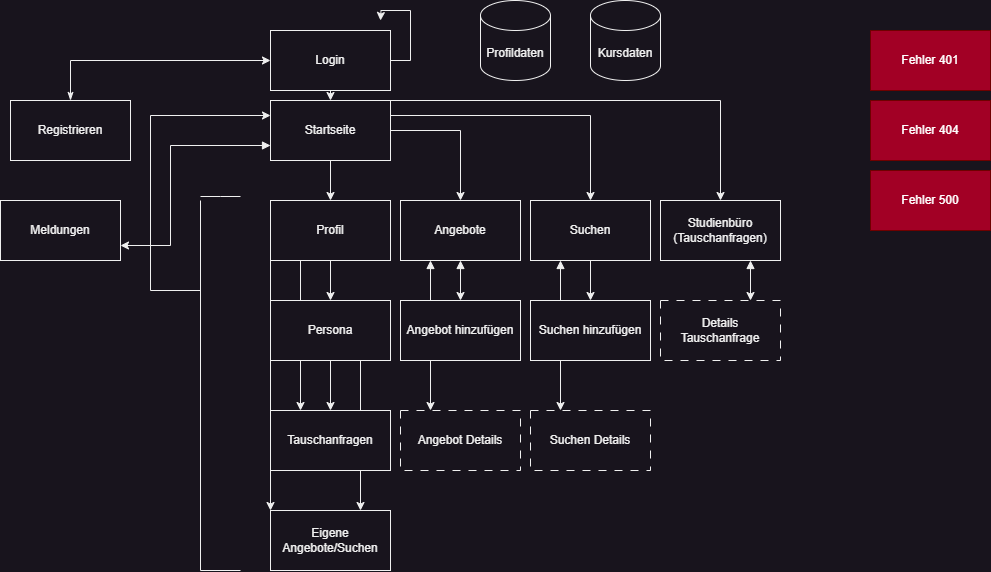
Before: Notes/Seitenstruktur Tauschtool.png, a diagram exported from draw.io (FynnKlette/Project-FSWD). Source tidied: cells renumbered, new cells last; positions are measured from the earlier drawing's top-left corner, leaving out a move shared by most shapes.
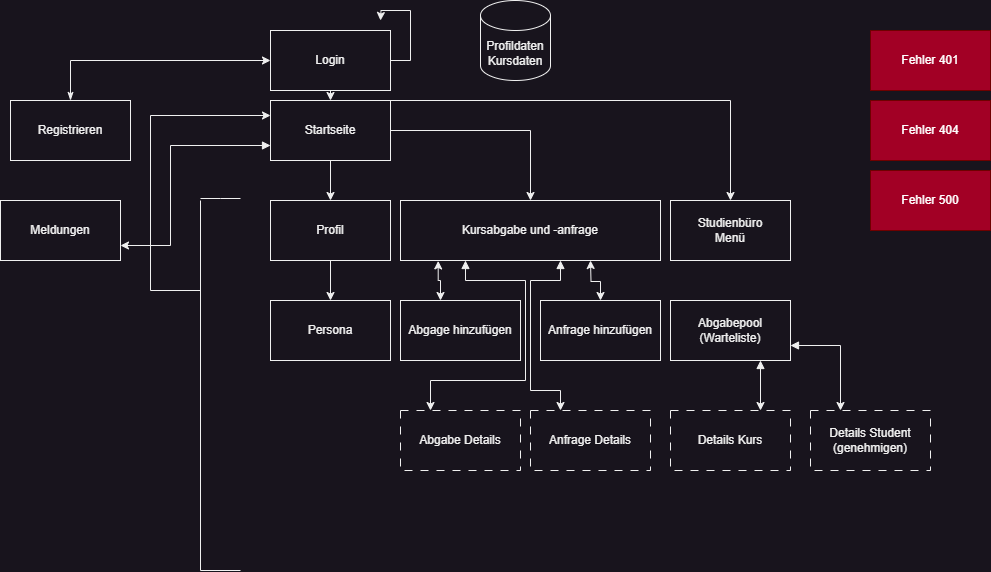
The same diagram one commit later.

Change to the diagram source:
```diff
@@ -16,13 +16,10 @@
     <mxCell id="5" style="edgeStyle=orthogonalEdgeStyle;rounded=0;jettySize=auto;html=1;" parent="1" edge="1" source="10" target="19">
       <mxGeometry relative="1" as="geometry" />
     </mxCell>
-    <mxCell id="6" style="edgeStyle=orthogonalEdgeStyle;rounded=0;jettySize=auto;html=1;exitX=1;exitY=0.25;exitDx=0;exitDy=0;" parent="1" edge="1" source="10" target="22">
-      <mxGeometry relative="1" as="geometry" />
-    </mxCell>
     <mxCell id="7" style="edgeStyle=orthogonalEdgeStyle;rounded=0;jettySize=auto;html=1;exitX=1;exitY=0;exitDx=0;exitDy=0;entryX=0.5;entryY=0;entryDx=0;entryDy=0;" parent="1" edge="1" source="10" target="24">
       <mxGeometry relative="1" as="geometry">
         <Array as="points">
-          <mxPoint x="720" y="100" />
+          <mxPoint x="730" y="100" />
         </Array>
       </mxGeometry>
     </mxCell>
@@ -49,54 +46,55 @@
     <mxCell id="13" style="edgeStyle=orthogonalEdgeStyle;rounded=0;jettySize=auto;html=1;exitX=0.5;exitY=1;exitDx=0;exitDy=0;entryX=0.5;entryY=0;entryDx=0;entryDy=0;" parent="1" edge="1" source="16" target="27">
       <mxGeometry relative="1" as="geometry" />
     </mxCell>
-    <mxCell id="14" style="edgeStyle=orthogonalEdgeStyle;rounded=0;jettySize=auto;html=1;exitX=0.25;exitY=1;exitDx=0;exitDy=0;entryX=0.25;entryY=0;entryDx=0;entryDy=0;" parent="1" edge="1" source="16" target="28">
-      <mxGeometry relative="1" as="geometry" />
-    </mxCell>
-    <mxCell id="15" style="edgeStyle=orthogonalEdgeStyle;rounded=0;jettySize=auto;html=1;exitX=0;exitY=1;exitDx=0;exitDy=0;entryX=0;entryY=0;entryDx=0;entryDy=0;" parent="1" edge="1" source="16" target="29">
-      <mxGeometry relative="1" as="geometry" />
-    </mxCell>
     <mxCell id="16" value="Profil" style="rounded=0;whiteSpace=wrap;html=1;" parent="1" vertex="1">
       <mxGeometry x="270" y="200" width="120" height="60" as="geometry" />
     </mxCell>
-    <mxCell id="17" style="edgeStyle=orthogonalEdgeStyle;rounded=0;jettySize=auto;html=1;exitX=0.5;exitY=1;exitDx=0;exitDy=0;startArrow=block;startFill=1;" parent="1" edge="1" source="19" target="33">
-      <mxGeometry relative="1" as="geometry" />
+    <mxCell id="17" style="edgeStyle=orthogonalEdgeStyle;rounded=0;jettySize=auto;html=1;exitX=0.145;exitY=1.007;exitDx=0;exitDy=0;startArrow=classic;startFill=1;exitPerimeter=0;" parent="1" edge="1" source="19" target="33">
+      <mxGeometry relative="1" as="geometry">
+        <Array as="points">
+          <mxPoint x="438" y="280" />
+          <mxPoint x="440" y="280" />
+        </Array>
+      </mxGeometry>
     </mxCell>
     <mxCell id="18" style="edgeStyle=orthogonalEdgeStyle;rounded=0;jettySize=auto;html=1;exitX=0.25;exitY=1;exitDx=0;exitDy=0;entryX=0.25;entryY=0;entryDx=0;entryDy=0;startArrow=block;startFill=1;" parent="1" edge="1" source="19" target="35">
-      <mxGeometry relative="1" as="geometry" />
+      <mxGeometry relative="1" as="geometry">
+        <Array as="points">
+          <mxPoint x="465" y="280" />
+          <mxPoint x="525" y="280" />
+          <mxPoint x="525" y="380" />
+          <mxPoint x="430" y="380" />
+        </Array>
+      </mxGeometry>
     </mxCell>
-    <mxCell id="19" value="Angebote" style="rounded=0;whiteSpace=wrap;html=1;" parent="1" vertex="1">
-      <mxGeometry x="400" y="200" width="120" height="60" as="geometry" />
+    <mxCell id="19" value="Kursabgabe und -anfrage" style="rounded=0;whiteSpace=wrap;html=1;" parent="1" vertex="1">
+      <mxGeometry x="400" y="200" width="260" height="60" as="geometry" />
     </mxCell>
-    <mxCell id="20" style="edgeStyle=orthogonalEdgeStyle;rounded=0;jettySize=auto;html=1;exitX=0.5;exitY=1;exitDx=0;exitDy=0;entryX=0.5;entryY=0;entryDx=0;entryDy=0;" parent="1" edge="1" source="22" target="34">
-      <mxGeometry relative="1" as="geometry" />
+    <mxCell id="20" style="edgeStyle=orthogonalEdgeStyle;rounded=0;jettySize=auto;html=1;exitX=0.5;exitY=1;exitDx=0;exitDy=0;entryX=0.5;entryY=0;entryDx=0;entryDy=0;startArrow=classic;startFill=1;" parent="1" edge="1" target="34">
+      <mxGeometry relative="1" as="geometry">
+        <mxPoint x="590" y="260" as="sourcePoint" />
+      </mxGeometry>
     </mxCell>
-    <mxCell id="21" style="edgeStyle=orthogonalEdgeStyle;rounded=0;jettySize=auto;html=1;exitX=0.25;exitY=1;exitDx=0;exitDy=0;entryX=0.25;entryY=0;entryDx=0;entryDy=0;startArrow=block;startFill=1;" parent="1" edge="1" source="22" target="36">
-      <mxGeometry relative="1" as="geometry" />
+    <mxCell id="21" style="edgeStyle=orthogonalEdgeStyle;rounded=0;jettySize=auto;html=1;exitX=0.25;exitY=1;exitDx=0;exitDy=0;entryX=0.25;entryY=0;entryDx=0;entryDy=0;startArrow=block;startFill=1;" parent="1" edge="1" target="36">
+      <mxGeometry relative="1" as="geometry">
+        <mxPoint x="560" y="260" as="sourcePoint" />
+        <Array as="points">
+          <mxPoint x="560" y="280" />
+          <mxPoint x="530" y="280" />
+          <mxPoint x="530" y="390" />
+          <mxPoint x="560" y="390" />
+        </Array>
+      </mxGeometry>
     </mxCell>
-    <mxCell id="22" value="Suchen" style="rounded=0;whiteSpace=wrap;html=1;" parent="1" vertex="1">
-      <mxGeometry x="530" y="200" width="120" height="60" as="geometry" />
-    </mxCell>
-    <mxCell id="23" style="edgeStyle=orthogonalEdgeStyle;rounded=0;jettySize=auto;html=1;exitX=0.75;exitY=1;exitDx=0;exitDy=0;entryX=0.75;entryY=0;entryDx=0;entryDy=0;startArrow=block;startFill=1;" parent="1" edge="1" source="24" target="41">
+    <mxCell id="23" style="edgeStyle=orthogonalEdgeStyle;rounded=0;jettySize=auto;html=1;exitX=0.75;exitY=1;exitDx=0;exitDy=0;entryX=0.75;entryY=0;entryDx=0;entryDy=0;startArrow=block;startFill=1;" parent="1" edge="1" source="45" target="41">
       <mxGeometry relative="1" as="geometry" />
     </mxCell>
-    <mxCell id="24" value="Studienbüro&lt;br&gt;(Tauschanfragen)" style="rounded=0;whiteSpace=wrap;html=1;" parent="1" vertex="1">
-      <mxGeometry x="660" y="200" width="120" height="60" as="geometry" />
+    <mxCell id="24" value="Studienbüro&lt;br&gt;Menü" style="rounded=0;whiteSpace=wrap;html=1;" parent="1" vertex="1">
+      <mxGeometry x="670" y="200" width="120" height="60" as="geometry" />
     </mxCell>
-    <mxCell id="25" style="edgeStyle=orthogonalEdgeStyle;rounded=0;jettySize=auto;html=1;exitX=0.5;exitY=1;exitDx=0;exitDy=0;" parent="1" edge="1" source="27" target="28">
-      <mxGeometry relative="1" as="geometry" />
-    </mxCell>
-    <mxCell id="26" style="edgeStyle=orthogonalEdgeStyle;rounded=0;jettySize=auto;html=1;exitX=0.75;exitY=1;exitDx=0;exitDy=0;entryX=0.75;entryY=0;entryDx=0;entryDy=0;" parent="1" edge="1" source="27" target="29">
-      <mxGeometry relative="1" as="geometry" />
-    </mxCell>
     <mxCell id="27" value="Persona" style="rounded=0;whiteSpace=wrap;html=1;" parent="1" vertex="1">
       <mxGeometry x="270" y="300" width="120" height="60" as="geometry" />
     </mxCell>
-    <mxCell id="28" value="Tauschanfragen" style="rounded=0;whiteSpace=wrap;html=1;" parent="1" vertex="1">
-      <mxGeometry x="270" y="410" width="120" height="60" as="geometry" />
-    </mxCell>
-    <mxCell id="29" value="Eigene Angebote/Suchen" style="rounded=0;whiteSpace=wrap;html=1;" parent="1" vertex="1">
-      <mxGeometry x="270" y="510" width="120" height="60" as="geometry" />
-    </mxCell>
     <mxCell id="30" value="Fehler 401" style="rounded=0;whiteSpace=wrap;html=1;fillColor=#a20025;fontColor=#ffffff;strokeColor=#6F0000;" parent="1" vertex="1">
       <mxGeometry x="870" y="30" width="120" height="60" as="geometry" />
     </mxCell>
@@ -106,16 +104,16 @@
     <mxCell id="32" value="Fehler 500" style="rounded=0;whiteSpace=wrap;html=1;fillColor=#a20025;fontColor=#ffffff;strokeColor=#6F0000;" parent="1" vertex="1">
       <mxGeometry x="870" y="170" width="120" height="60" as="geometry" />
     </mxCell>
-    <mxCell id="33" value="Angebot hinzufügen" style="rounded=0;whiteSpace=wrap;html=1;" parent="1" vertex="1">
+    <mxCell id="33" value="Abgage hinzufügen" style="rounded=0;whiteSpace=wrap;html=1;" parent="1" vertex="1">
       <mxGeometry x="400" y="300" width="120" height="60" as="geometry" />
     </mxCell>
-    <mxCell id="34" value="Suchen hinzufügen" style="rounded=0;whiteSpace=wrap;html=1;" parent="1" vertex="1">
-      <mxGeometry x="530" y="300" width="120" height="60" as="geometry" />
+    <mxCell id="34" value="Anfrage hinzufügen" style="rounded=0;whiteSpace=wrap;html=1;" parent="1" vertex="1">
+      <mxGeometry x="540" y="300" width="120" height="60" as="geometry" />
     </mxCell>
-    <mxCell id="35" value="Angebot Details" style="rounded=0;whiteSpace=wrap;html=1;dashed=1;dashPattern=8 8;" parent="1" vertex="1">
+    <mxCell id="35" value="Abgabe Details" style="rounded=0;whiteSpace=wrap;html=1;dashed=1;dashPattern=8 8;" parent="1" vertex="1">
       <mxGeometry x="400" y="410" width="120" height="60" as="geometry" />
     </mxCell>
-    <mxCell id="36" value="Suchen Details" style="rounded=0;whiteSpace=wrap;html=1;dashed=1;dashPattern=8 8;" parent="1" vertex="1">
+    <mxCell id="36" value="Anfrage Details" style="rounded=0;whiteSpace=wrap;html=1;dashed=1;dashPattern=8 8;" parent="1" vertex="1">
       <mxGeometry x="530" y="410" width="120" height="60" as="geometry" />
     </mxCell>
     <mxCell id="37" style="endArrow=none;html=1;rounded=0;" parent="1" edge="1">
@@ -132,10 +130,10 @@
     </mxCell>
     <mxCell id="39" style="endArrow=none;html=1;rounded=0;" parent="1" edge="1">
       <mxGeometry relative="1" as="geometry">
-        <mxPoint x="200" y="196" as="sourcePoint" />
-        <mxPoint x="240" y="196" as="targetPoint" />
+        <mxPoint x="200" y="198" as="sourcePoint" />
+        <mxPoint x="240" y="198" as="targetPoint" />
         <Array as="points">
-          <mxPoint x="220" y="196" />
+          <mxPoint x="220" y="198" />
         </Array>
       </mxGeometry>
     </mxCell>
@@ -148,17 +146,23 @@
         </Array>
       </mxGeometry>
     </mxCell>
-    <mxCell id="41" value="Details Tauschanfrage" style="rounded=0;whiteSpace=wrap;html=1;dashed=1;dashPattern=8 8;" parent="1" vertex="1">
-      <mxGeometry x="660" y="300" width="120" height="60" as="geometry" />
+    <mxCell id="41" value="Details Kurs" style="rounded=0;whiteSpace=wrap;html=1;dashed=1;dashPattern=8 8;" parent="1" vertex="1">
+      <mxGeometry x="670" y="410" width="120" height="60" as="geometry" />
     </mxCell>
     <mxCell id="42" value="Meldungen" style="rounded=0;whiteSpace=wrap;html=1;" parent="1" vertex="1">
       <mxGeometry y="200" width="120" height="60" as="geometry" />
     </mxCell>
-    <mxCell id="43" value="Profildaten" style="shape=cylinder3;whiteSpace=wrap;html=1;boundedLbl=1;backgroundOutline=1;size=15;" parent="1" vertex="1">
+    <mxCell id="43" value="Profildaten&lt;div&gt;Kursdaten&lt;/div&gt;" style="shape=cylinder3;whiteSpace=wrap;html=1;boundedLbl=1;backgroundOutline=1;size=15;" parent="1" vertex="1">
       <mxGeometry x="480" width="70" height="80" as="geometry" />
     </mxCell>
-    <mxCell id="44" value="Kursdaten" style="shape=cylinder3;whiteSpace=wrap;html=1;boundedLbl=1;backgroundOutline=1;size=15;" parent="1" vertex="1">
-      <mxGeometry x="590" width="70" height="80" as="geometry" />
-    </mxCell>
+    <mxCell id="45" value="Abgabepool&lt;br&gt;(Warteliste)" style="rounded=0;whiteSpace=wrap;html=1;" parent="1" vertex="1">
+      <mxGeometry x="670" y="300" width="120" height="60" as="geometry" />
+    </mxCell>
+    <mxCell id="46" value="Details Student&lt;br&gt;(genehmigen)" style="rounded=0;whiteSpace=wrap;html=1;dashed=1;dashPattern=8 8;" parent="1" vertex="1">
+      <mxGeometry x="810" y="410" width="120" height="60" as="geometry" />
+    </mxCell>
+    <mxCell id="47" style="edgeStyle=orthogonalEdgeStyle;rounded=0;jettySize=auto;html=1;exitX=1;exitY=0.75;exitDx=0;exitDy=0;entryX=0.25;entryY=0;entryDx=0;entryDy=0;startArrow=block;startFill=1;" parent="1" edge="1" source="45" target="46">
+      <mxGeometry relative="1" as="geometry" />
+    </mxCell>
   </root>
 </mxGraphModel>
```
